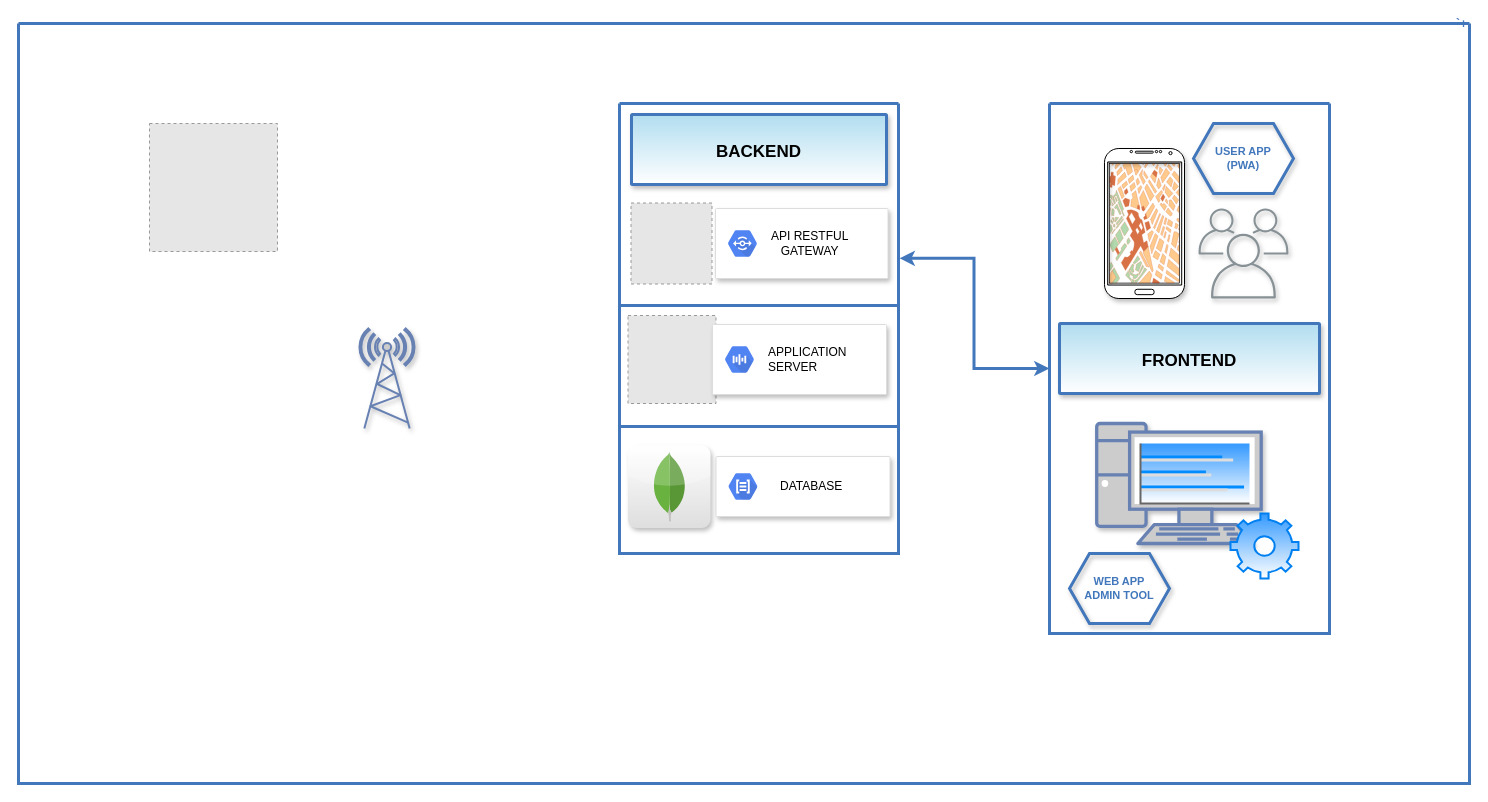
This is Untitled Diagram.drawio from javijnb/LPRO_diagrams, a draw.io file, before an edit. Source tidied: cells renumbered, new cells numbered last; positions are measured from the earlier drawing's top-left corner, leaving out a move shared by most shapes. Both pictures are drawn from the tidied source at 100%, with x=0, y=0 at pixel (18, 23). Pictures stored in the file or linked from it are replaced by grey dashed boxes.
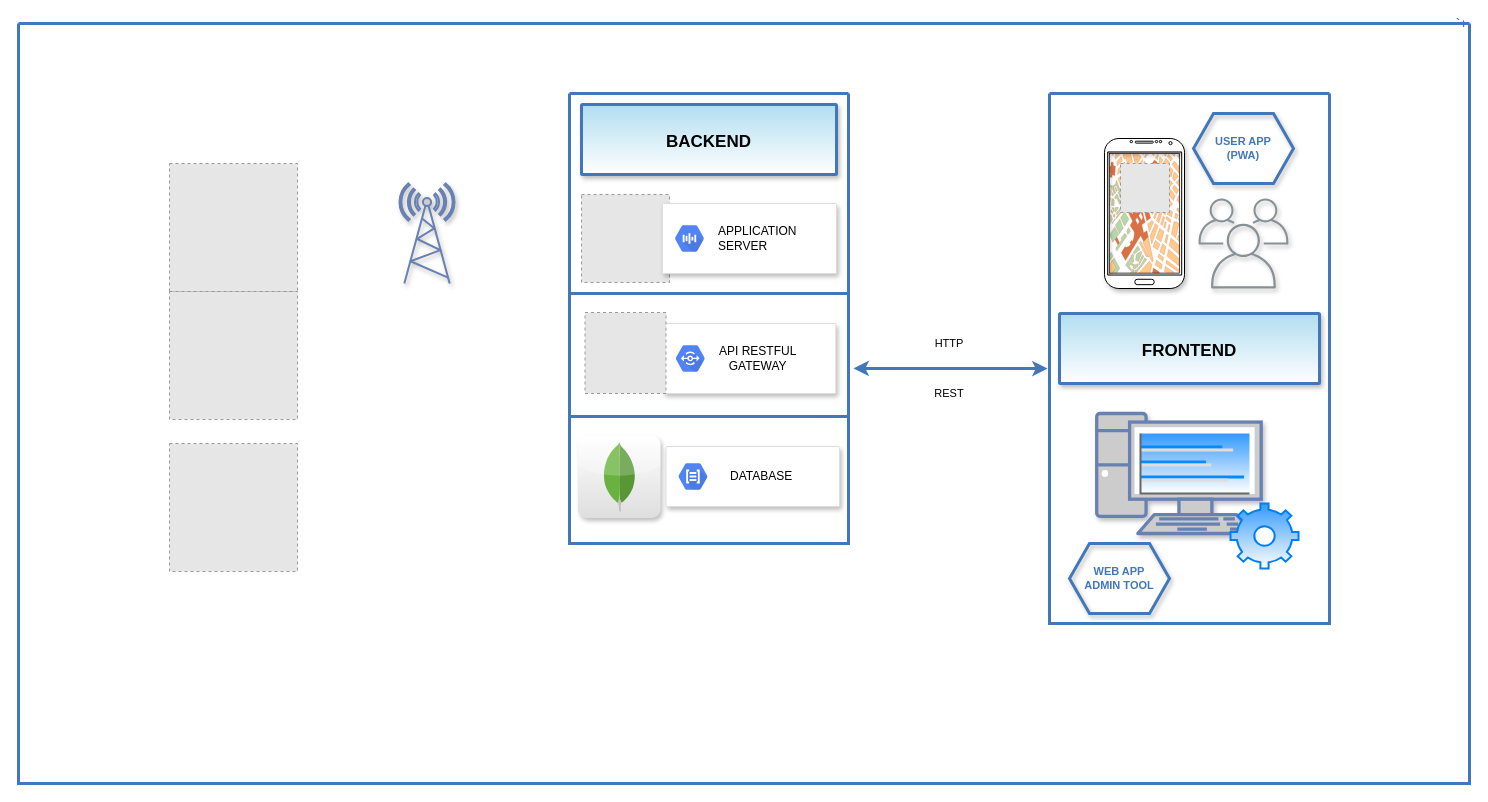
Above is the later version.

The change refers to these unchanged cells:
```xml
<mxCell id="2" value="`+" style="swimlane;shadow=0;strokeColor=#4277BB;fillColor=#ffffff;fontColor=#4277BB;align=right;startSize=0;strokeWidth=3;" parent="1" vertex="1">
  <mxGeometry width="1451" height="760" as="geometry" />
</mxCell>
```

What changed in the source:
```diff
@@
     <mxCell id="3" style="swimlane;shadow=0;strokeColor=#4277BB;fillColor=#ffffff;fontColor=#4277BB;align=right;startSize=0;strokeWidth=3;swimlaneLine=1;" parent="2" vertex="1">
-      <mxGeometry x="601" y="80" width="279" height="450" as="geometry" />
+      <mxGeometry x="551" y="70" width="279" height="450" as="geometry" />
     </mxCell>
@@
     <mxCell id="6" style="fillColor=#E6E6E6;strokeColor=#999999;dashed=1;html=1;verticalAlign=top;verticalLabelPosition=bottom;labelBackgroundColor=#ffffff;fontFamily=Helvetica;fontSize=17;fontColor=#3399FF;align=center;" parent="3" vertex="1">
-      <mxGeometry x="8.5" y="212" width="88" height="88" as="geometry" />
+      <mxGeometry x="12" y="101" width="88" height="88" as="geometry" />
     </mxCell>
-    <mxCell id="7" style="strokeColor=#dddddd;shadow=1;strokeWidth=1;rounded=1;absoluteArcSize=1;arcSize=2;gradientColor=none;fillColor=#FFFFFF;align=center;" parent="3" vertex="1">
-      <mxGeometry x="96" y="105" width="172.5" height="70" as="geometry" />
-    </mxCell>
-    <mxCell id="8" value="&lt;div style=&quot;text-align: center&quot;&gt;&lt;span style=&quot;color: rgb(0 , 0 , 0)&quot;&gt;API RESTFUL&lt;/span&gt;&lt;/div&gt;&lt;font color=&quot;#000000&quot;&gt;&lt;div style=&quot;text-align: center&quot;&gt;&lt;span&gt;GATEWAY&lt;/span&gt;&lt;/div&gt;&lt;/font&gt;" style="dashed=0;html=1;fillColor=#5184F3;strokeColor=none;shape=mxgraph.gcp2.hexIcon;prIcon=developer_portal;labelPosition=right;verticalLabelPosition=middle;align=left;verticalAlign=middle;spacingLeft=5;fontColor=#999999;fontSize=12;" parent="7" vertex="1">
-      <mxGeometry y="0.5" width="44" height="39" relative="1" as="geometry">
-        <mxPoint x="5" y="-19.5" as="offset" />
-      </mxGeometry>
-    </mxCell>
-    <mxCell id="9" style="fillColor=#E6E6E6;strokeColor=#999999;dashed=1;verticalLabelPosition=bottom;verticalAlign=top;labelBackgroundColor=none;fontFamily=Helvetica;fontSize=17;fontColor=#4277BB;align=center;" parent="3" vertex="1">
-      <mxGeometry x="11.5" y="99.5" width="81" height="81" as="geometry" />
-    </mxCell>
     <mxCell id="10" style="strokeColor=#dddddd;shadow=1;strokeWidth=1;rounded=1;absoluteArcSize=1;arcSize=2;glass=0;labelBackgroundColor=none;sketch=0;fontFamily=Helvetica;fontSize=11;align=center;" parent="3" vertex="1">
-      <mxGeometry x="93" y="221" width="174" height="70" as="geometry" />
+      <mxGeometry x="93" y="110" width="174" height="70" as="geometry" />
     </mxCell>
@@
     <mxCell id="14" style="strokeColor=#dddddd;shadow=1;strokeWidth=1;rounded=1;absoluteArcSize=1;arcSize=2;glass=0;labelBackgroundColor=none;sketch=0;fillColor=#ffffff;fontFamily=Helvetica;fontSize=11;fontColor=#000000;align=center;" parent="3" vertex="1">
-      <mxGeometry x="96.5" y="353" width="174" height="60" as="geometry" />
+      <mxGeometry x="96.5" y="353" width="173.5" height="60" as="geometry" />
     </mxCell>
@@
+    <mxCell id="30" style="endArrow=none;html=1;fontFamily=Helvetica;fontSize=11;fontColor=#000000;exitX=1;exitY=0.5;exitDx=0;exitDy=0;strokeColor=#4277BB;strokeWidth=3;entryX=0;entryY=0.5;entryDx=0;entryDy=0;" parent="3" edge="1">
+      <mxGeometry relative="1" as="geometry">
+        <mxPoint x="279" y="200" as="sourcePoint" />
+        <mxPoint y="200" as="targetPoint" />
+      </mxGeometry>
+    </mxCell>
+    <mxCell id="7" style="strokeColor=#dddddd;shadow=1;strokeWidth=1;rounded=1;absoluteArcSize=1;arcSize=2;gradientColor=none;fillColor=#FFFFFF;align=center;" parent="3" vertex="1">
+      <mxGeometry x="93.8" y="230" width="172.5" height="70" as="geometry" />
+    </mxCell>
+    <mxCell id="8" value="&lt;div style=&quot;text-align: center&quot;&gt;&lt;span style=&quot;color: rgb(0 , 0 , 0)&quot;&gt;API RESTFUL&lt;/span&gt;&lt;/div&gt;&lt;font color=&quot;#000000&quot;&gt;&lt;div style=&quot;text-align: center&quot;&gt;&lt;span&gt;GATEWAY&lt;/span&gt;&lt;/div&gt;&lt;/font&gt;" style="dashed=0;html=1;fillColor=#5184F3;strokeColor=none;shape=mxgraph.gcp2.hexIcon;prIcon=developer_portal;labelPosition=right;verticalLabelPosition=middle;align=left;verticalAlign=middle;spacingLeft=5;fontColor=#999999;fontSize=12;" parent="7" vertex="1">
+      <mxGeometry y="0.5" width="44" height="39" relative="1" as="geometry">
+        <mxPoint x="5" y="-19.5" as="offset" />
+      </mxGeometry>
+    </mxCell>
+    <mxCell id="9" style="fillColor=#E6E6E6;strokeColor=#999999;dashed=1;verticalLabelPosition=bottom;verticalAlign=top;labelBackgroundColor=none;fontFamily=Helvetica;fontSize=17;fontColor=#4277BB;align=center;" parent="3" vertex="1">
+      <mxGeometry x="15.5" y="219" width="81" height="81" as="geometry" />
+    </mxCell>
     <mxCell id="16" style="fontColor=#0066CC;verticalAlign=top;verticalLabelPosition=bottom;labelPosition=center;align=center;html=1;fillColor=#CCCCCC;strokeColor=#6881B3;gradientColor=none;gradientDirection=north;strokeWidth=2;shape=mxgraph.networks.radio_tower;shadow=1;" parent="2" vertex="1">
-      <mxGeometry x="341" y="305" width="55" height="100" as="geometry" />
+      <mxGeometry x="381" y="160" width="55" height="100" as="geometry" />
     </mxCell>
     <mxCell id="17" style="fillColor=#E6E6E6;strokeColor=#999999;dashed=1;html=1;verticalAlign=top;verticalLabelPosition=bottom;labelBackgroundColor=#ffffff;fontFamily=Helvetica;fontColor=#FFFFFF;align=center;" parent="2" vertex="1">
-      <mxGeometry x="131" y="100" width="128" height="128" as="geometry" />
+      <mxGeometry x="151" y="140" width="128" height="128" as="geometry" />
     </mxCell>
-    <mxCell id="18" style="edgeStyle=orthogonalEdgeStyle;rounded=0;jettySize=auto;html=1;exitX=0;exitY=0.5;exitDx=0;exitDy=0;entryX=1.004;entryY=0.344;entryDx=0;entryDy=0;strokeColor=#4277BB;strokeWidth=3;fontFamily=Helvetica;fontSize=11;fontColor=#000000;startArrow=classic;startFill=1;entryPerimeter=0;" parent="2" edge="1" source="19" target="3">
+    <mxCell id="18" style="edgeStyle=orthogonalEdgeStyle;rounded=0;jettySize=auto;html=1;exitX=-0.007;exitY=0.519;exitDx=0;exitDy=0;entryX=1.018;entryY=0.611;entryDx=0;entryDy=0;strokeColor=#4277BB;strokeWidth=3;fontFamily=Helvetica;fontSize=11;fontColor=#000000;startArrow=classic;startFill=1;entryPerimeter=0;exitPerimeter=0;" parent="2" edge="1" source="19" target="3">
       <mxGeometry relative="1" as="geometry" />
     </mxCell>
     <mxCell id="19" style="swimlane;shadow=0;strokeColor=#4277BB;fontColor=#4277BB;align=right;startSize=0;strokeWidth=3;fillColor=#3399FF;" parent="2" vertex="1">
-      <mxGeometry x="1031" y="80" width="280" height="530" as="geometry" />
+      <mxGeometry x="1031" y="70" width="280" height="530" as="geometry" />
     </mxCell>
@@
-    <mxCell id="30" style="endArrow=none;html=1;fontFamily=Helvetica;fontSize=11;fontColor=#000000;exitX=1;exitY=0.5;exitDx=0;exitDy=0;strokeColor=#4277BB;strokeWidth=3;entryX=0;entryY=0.5;entryDx=0;entryDy=0;" parent="2" edge="1">
-      <mxGeometry relative="1" as="geometry">
-        <mxPoint x="880" y="282" as="sourcePoint" />
-        <mxPoint x="601" y="282" as="targetPoint" />
-      </mxGeometry>
-    </mxCell>
+    <mxCell id="31" style="fillColor=#E6E6E6;strokeColor=#999999;dashed=1;html=1;verticalAlign=top;verticalLabelPosition=bottom;labelBackgroundColor=#ffffff;fontFamily=Helvetica;fontSize=11;fontColor=#000000;align=center;" parent="19" vertex="1">
+      <mxGeometry x="71" y="70" width="49" height="49" as="geometry" />
+    </mxCell>
+    <mxCell id="32" value="HTTP" style="text;html=1;strokeColor=none;fillColor=none;align=center;verticalAlign=middle;whiteSpace=wrap;rounded=0;shadow=1;glass=0;labelBackgroundColor=none;sketch=0;fontFamily=Helvetica;fontSize=11;fontColor=#000000;" parent="2" vertex="1">
+      <mxGeometry x="911" y="310" width="40" height="20" as="geometry" />
+    </mxCell>
+    <mxCell id="33" value="REST" style="text;html=1;strokeColor=none;fillColor=none;align=center;verticalAlign=middle;whiteSpace=wrap;rounded=0;shadow=1;glass=0;labelBackgroundColor=none;sketch=0;fontFamily=Helvetica;fontSize=11;fontColor=#000000;" parent="2" vertex="1">
+      <mxGeometry x="911" y="360" width="40" height="20" as="geometry" />
+    </mxCell>
+    <mxCell id="34" style="fillColor=#E6E6E6;strokeColor=#999999;dashed=1;html=1;verticalAlign=top;verticalLabelPosition=bottom;labelBackgroundColor=#ffffff;fontFamily=Helvetica;fontColor=#FFFFFF;align=center;" parent="2" vertex="1">
+      <mxGeometry x="151" y="268" width="128" height="128" as="geometry" />
+    </mxCell>
+    <mxCell id="35" style="fillColor=#E6E6E6;strokeColor=#999999;dashed=1;html=1;verticalAlign=top;verticalLabelPosition=bottom;labelBackgroundColor=#ffffff;fontFamily=Helvetica;fontColor=#FFFFFF;align=center;" parent="2" vertex="1">
+      <mxGeometry x="151" y="420" width="128" height="128" as="geometry" />
+    </mxCell>
```
